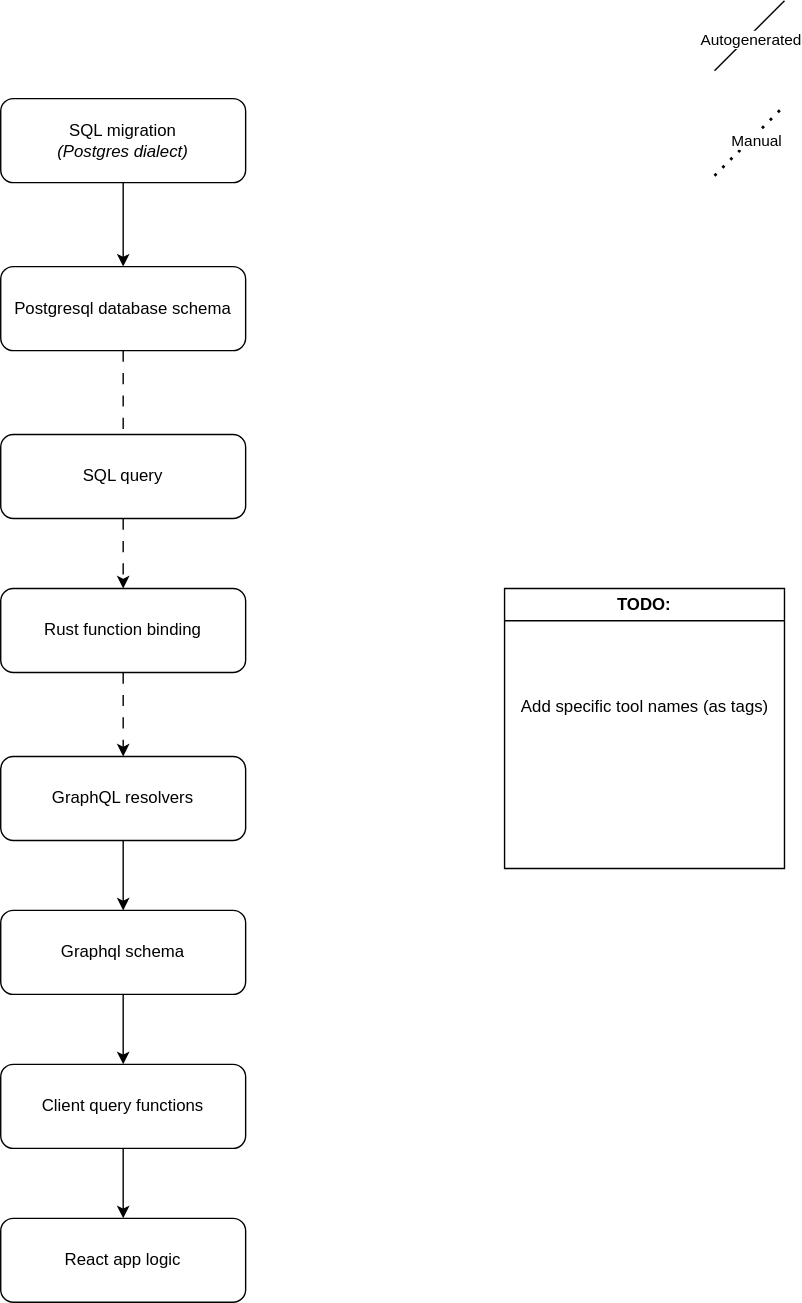
Earlier version of the draw.io export docs/api-development-flow.drawio.svg (szn-app/donation-app). Source tidied: cells renumbered, new cells last; positions are measured from the earlier drawing's top-left corner, leaving out a move shared by most shapes.
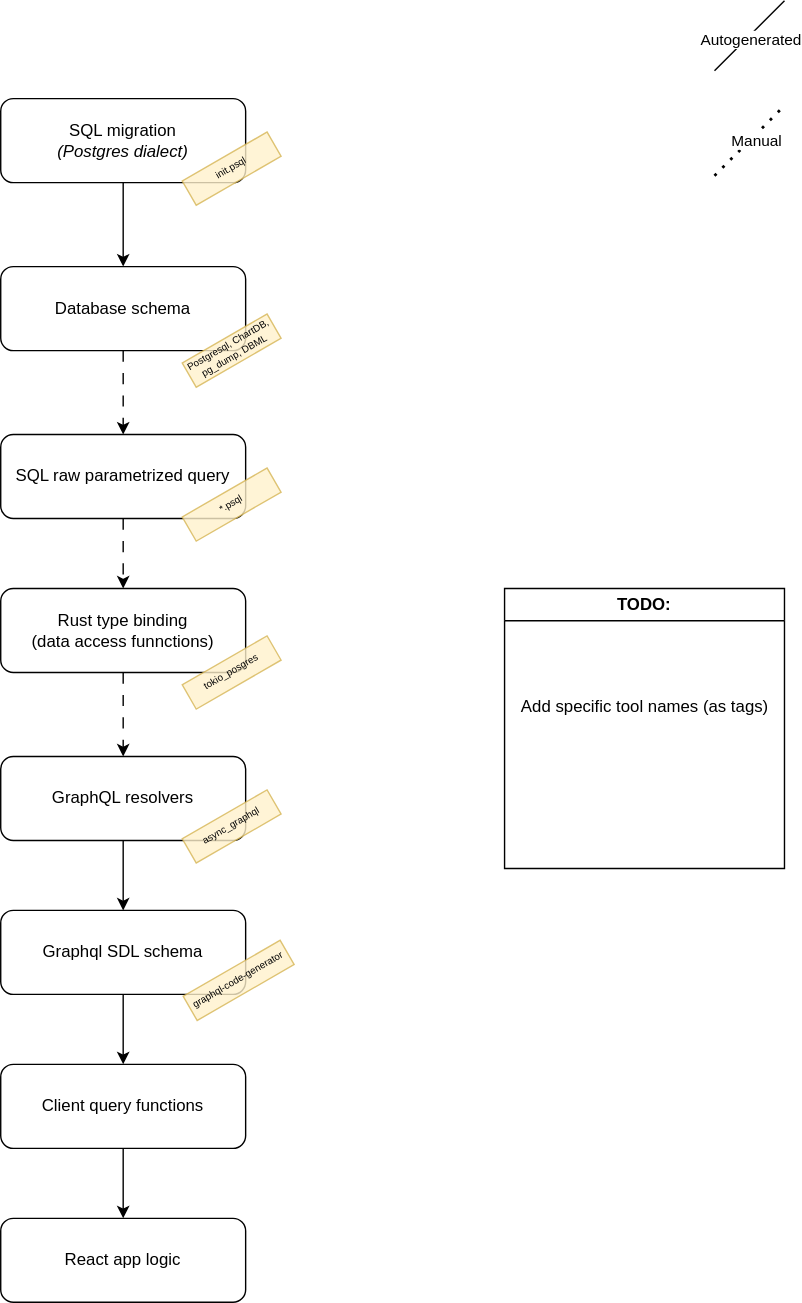
After the change.

The edit, as a diff of the source:
```diff
@@ -5,13 +5,13 @@
     <mxCell id="2" style="edgeStyle=none;html=1;dashed=1;dashPattern=8 8;" parent="1" edge="1" source="3" target="9">
       <mxGeometry relative="1" as="geometry" />
     </mxCell>
-    <mxCell id="3" value="SQL query" style="rounded=1;whiteSpace=wrap;html=1;" parent="1" vertex="1">
+    <mxCell id="3" value="SQL raw parametrized query" style="rounded=1;whiteSpace=wrap;html=1;" parent="1" vertex="1">
       <mxGeometry y="310" width="175" height="60" as="geometry" />
     </mxCell>
-    <mxCell id="4" style="edgeStyle=none;html=1;dashed=1;dashPattern=8 8;endArrow=none;endFill=0;" parent="1" edge="1" source="5" target="3">
+    <mxCell id="4" style="edgeStyle=none;html=1;dashed=1;dashPattern=8 8;endArrow=classic;endFill=1;" parent="1" edge="1" source="5" target="3">
       <mxGeometry relative="1" as="geometry" />
     </mxCell>
-    <mxCell id="5" value="Postgresql database schema" style="rounded=1;whiteSpace=wrap;html=1;" parent="1" vertex="1">
+    <mxCell id="5" value="Database schema" style="rounded=1;whiteSpace=wrap;html=1;" parent="1" vertex="1">
       <mxGeometry y="190" width="175" height="60" as="geometry" />
     </mxCell>
     <mxCell id="6" style="edgeStyle=none;html=1;entryX=0.5;entryY=0;entryDx=0;entryDy=0;" parent="1" edge="1" source="7" target="5">
@@ -23,7 +23,7 @@
     <mxCell id="8" style="edgeStyle=none;html=1;dashed=1;dashPattern=8 8;" parent="1" edge="1" source="9" target="11">
       <mxGeometry relative="1" as="geometry" />
     </mxCell>
-    <mxCell id="9" value="Rust function binding" style="rounded=1;whiteSpace=wrap;html=1;" parent="1" vertex="1">
+    <mxCell id="9" value="Rust type binding &lt;br&gt;(data access funnctions)" style="rounded=1;whiteSpace=wrap;html=1;" parent="1" vertex="1">
       <mxGeometry y="420" width="175" height="60" as="geometry" />
     </mxCell>
     <mxCell id="10" style="edgeStyle=none;html=1;entryX=0.5;entryY=0;entryDx=0;entryDy=0;" parent="1" edge="1" source="11" target="13">
@@ -35,7 +35,7 @@
     <mxCell id="12" style="edgeStyle=none;html=1;entryX=0.5;entryY=0;entryDx=0;entryDy=0;" parent="1" edge="1" source="13" target="15">
       <mxGeometry relative="1" as="geometry" />
     </mxCell>
-    <mxCell id="13" value="Graphql schema" style="rounded=1;whiteSpace=wrap;html=1;" parent="1" vertex="1">
+    <mxCell id="13" value="Graphql SDL schema" style="rounded=1;whiteSpace=wrap;html=1;" parent="1" vertex="1">
       <mxGeometry y="650" width="175" height="60" as="geometry" />
     </mxCell>
     <mxCell id="14" style="edgeStyle=none;html=1;entryX=0.5;entryY=0;entryDx=0;entryDy=0;" parent="1" edge="1" source="15" target="16">
@@ -73,5 +73,23 @@
     <mxCell id="22" value="Add specific tool names (as tags)" style="text;html=1;align=center;verticalAlign=middle;strokeColor=none;fillColor=none;" parent="21" vertex="1">
       <mxGeometry y="70" width="200" height="30" as="geometry" />
     </mxCell>
+    <mxCell id="23" value="&lt;font color=&quot;#020203&quot;&gt;Postgresql, ChartDB, pg_dump, DBML&lt;/font&gt;" style="text;html=1;fillColor=#fff2cc;align=center;verticalAlign=middle;whiteSpace=wrap;rounded=0;rotation=-30;strokeColor=#d6b656;glass=0;fillOpacity=100;strokeOpacity=100;opacity=80;arcSize=12;fontSize=7;" parent="1" vertex="1">
+      <mxGeometry x="130" y="240" width="70" height="20" as="geometry" />
+    </mxCell>
+    <mxCell id="24" value="&lt;font color=&quot;#020203&quot;&gt;*.psql&lt;/font&gt;" style="text;html=1;fillColor=#fff2cc;align=center;verticalAlign=middle;whiteSpace=wrap;rounded=0;rotation=-30;strokeColor=#d6b656;glass=0;fillOpacity=100;strokeOpacity=100;opacity=80;arcSize=12;fontSize=7;" parent="1" vertex="1">
+      <mxGeometry x="130" y="350" width="70" height="20" as="geometry" />
+    </mxCell>
+    <mxCell id="25" value="&lt;font color=&quot;#020203&quot;&gt;init.psql&lt;/font&gt;" style="text;html=1;fillColor=#fff2cc;align=center;verticalAlign=middle;whiteSpace=wrap;rounded=0;rotation=-30;strokeColor=#d6b656;glass=0;fillOpacity=100;strokeOpacity=100;opacity=80;arcSize=12;fontSize=7;" parent="1" vertex="1">
+      <mxGeometry x="130" y="110" width="70" height="20" as="geometry" />
+    </mxCell>
+    <mxCell id="26" value="&lt;font color=&quot;#020203&quot;&gt;tokio_posgres&lt;/font&gt;" style="text;html=1;fillColor=#fff2cc;align=center;verticalAlign=middle;whiteSpace=wrap;rounded=0;rotation=-30;strokeColor=#d6b656;glass=0;fillOpacity=100;strokeOpacity=100;opacity=80;arcSize=12;fontSize=7;" parent="1" vertex="1">
+      <mxGeometry x="130" y="470" width="70" height="20" as="geometry" />
+    </mxCell>
+    <mxCell id="27" value="&lt;font color=&quot;#020203&quot;&gt;async_graphql&lt;/font&gt;" style="text;html=1;fillColor=#fff2cc;align=center;verticalAlign=middle;whiteSpace=wrap;rounded=0;rotation=-30;strokeColor=#d6b656;glass=0;fillOpacity=100;strokeOpacity=100;opacity=80;arcSize=12;fontSize=7;" parent="1" vertex="1">
+      <mxGeometry x="130" y="580" width="70" height="20" as="geometry" />
+    </mxCell>
+    <mxCell id="28" value="graphql-code-generator" style="text;html=1;fillColor=#fff2cc;align=center;verticalAlign=middle;whiteSpace=wrap;rounded=0;rotation=-30;strokeColor=#d6b656;glass=0;fillOpacity=100;strokeOpacity=100;opacity=80;arcSize=12;fontSize=7;" parent="1" vertex="1">
+      <mxGeometry x="130" y="690" width="80" height="20" as="geometry" />
+    </mxCell>
   </root>
 </mxGraphModel>
```
